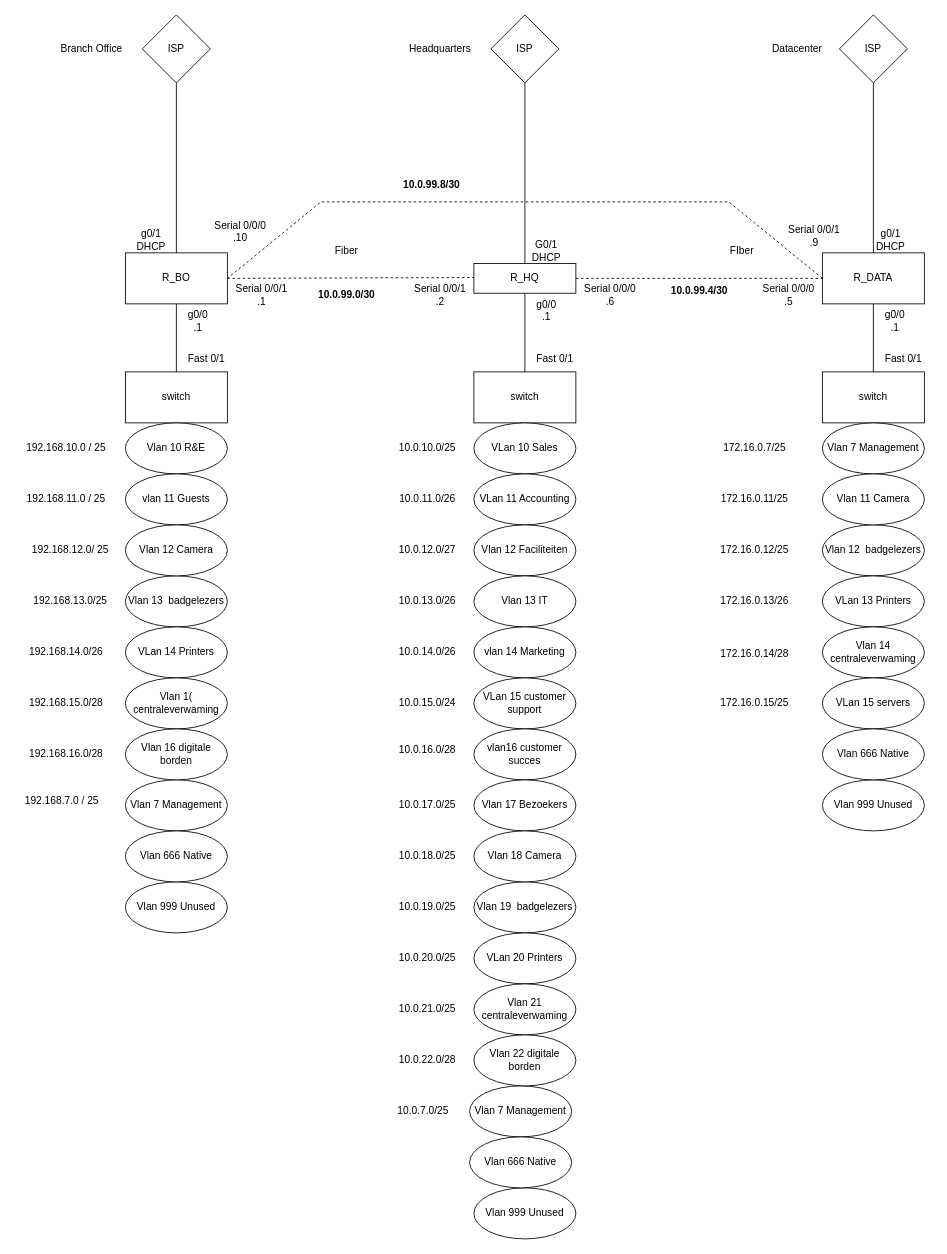
This is ENSW.drawio from robbeabe/CCNA3, a draw.io file, before an edit. Source tidied: cells renumbered, new cells numbered last; positions are measured from the earlier drawing's top-left corner, leaving out a move shared by most shapes. Both pictures are drawn from the tidied source at 85%, with x=0, y=0 at pixel (14, 14).
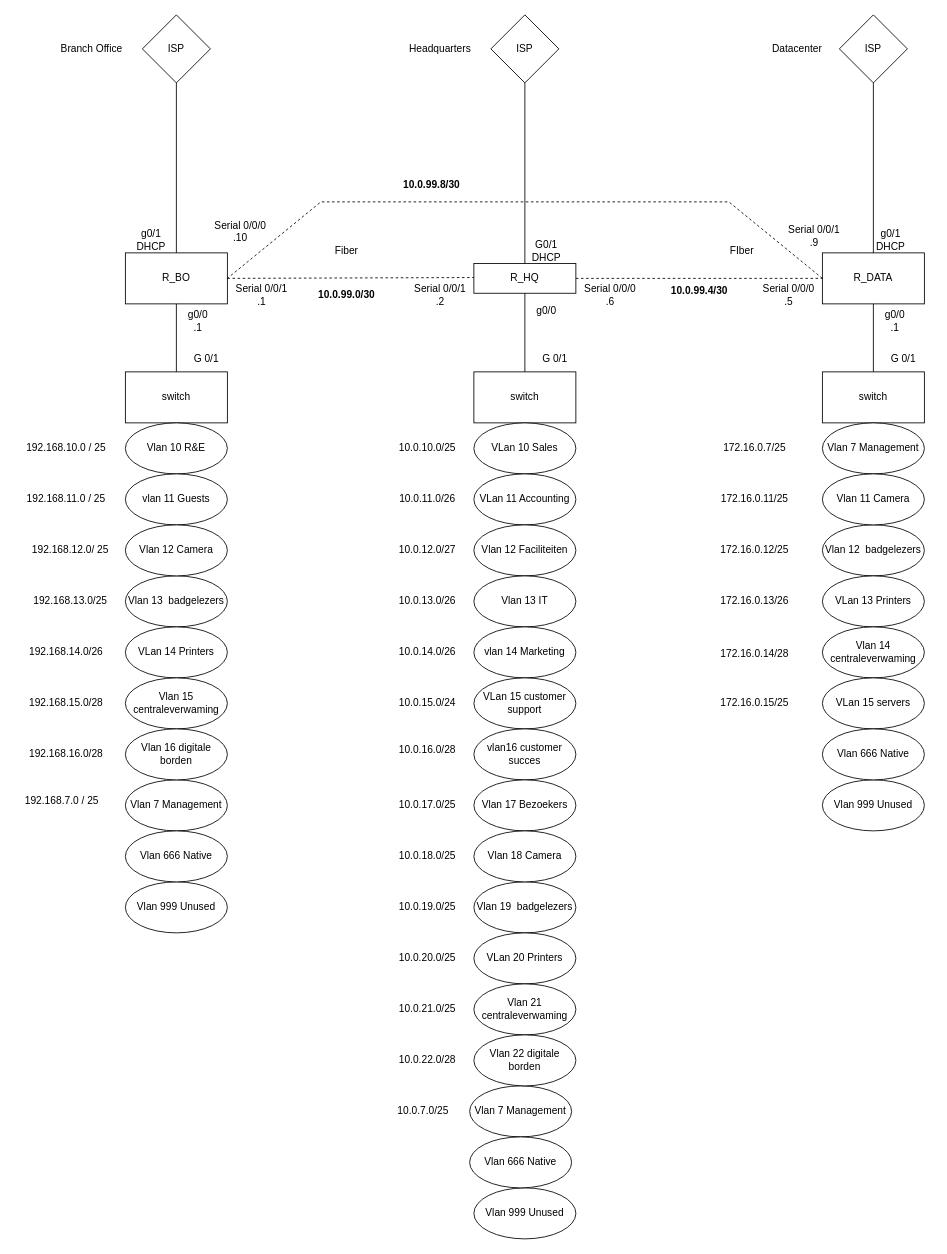
After the change.

The edit, as a diff of the source:
```diff
@@
-    <mxCell id="44" value="Vlan 1( centraleverwaming" style="ellipse;whiteSpace=wrap;html=1;" parent="1" vertex="1">
+    <mxCell id="44" value="Vlan 15 centraleverwaming" style="ellipse;whiteSpace=wrap;html=1;" parent="1" vertex="1">
       <mxGeometry x="130" y="780" width="120" height="60" as="geometry" />
     </mxCell>
@@
-    <mxCell id="96" value="g0/0&lt;br&gt;.1" style="text;html=1;align=center;verticalAlign=middle;strokeColor=none;fillColor=none;" parent="1" vertex="1">
-      <mxGeometry x="600" y="327.5" width="50" height="40" as="geometry" />
+    <mxCell id="96" value="g0/0&lt;br&gt;" style="text;html=1;align=center;verticalAlign=middle;strokeColor=none;fillColor=none;" parent="1" vertex="1">
+      <mxGeometry x="600" y="332.5" width="50" height="30" as="geometry" />
     </mxCell>
@@
-    <mxCell id="102" value="Fast 0/1" style="text;html=1;align=center;verticalAlign=middle;strokeColor=none;fillColor=none;" parent="1" vertex="1">
-      <mxGeometry x="190" y="390" width="70" height="30" as="geometry" />
+    <mxCell id="102" value="G 0/1" style="text;html=1;align=center;verticalAlign=middle;strokeColor=none;fillColor=none;" parent="1" vertex="1">
+      <mxGeometry x="200" y="390" width="50" height="30" as="geometry" />
     </mxCell>
-    <mxCell id="103" value="Fast 0/1" style="text;html=1;align=center;verticalAlign=middle;strokeColor=none;fillColor=none;" parent="1" vertex="1">
-      <mxGeometry x="600" y="390" width="70" height="30" as="geometry" />
+    <mxCell id="103" value="G 0/1" style="text;html=1;align=center;verticalAlign=middle;strokeColor=none;fillColor=none;" parent="1" vertex="1">
+      <mxGeometry x="610" y="390" width="50" height="30" as="geometry" />
     </mxCell>
-    <mxCell id="104" value="Fast 0/1" style="text;html=1;align=center;verticalAlign=middle;strokeColor=none;fillColor=none;" parent="1" vertex="1">
-      <mxGeometry x="1010" y="390" width="70" height="30" as="geometry" />
+    <mxCell id="104" value="G 0/1" style="text;html=1;align=center;verticalAlign=middle;strokeColor=none;fillColor=none;" parent="1" vertex="1">
+      <mxGeometry x="1020" y="390" width="50" height="30" as="geometry" />
     </mxCell>
```
